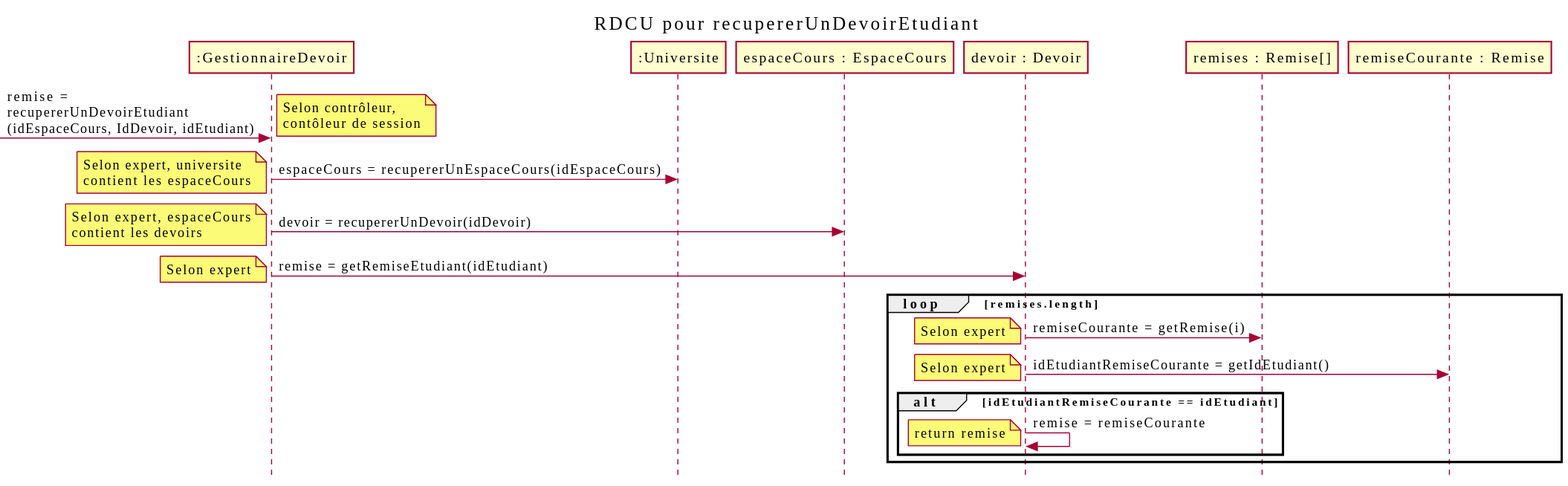
The PlantUML diagram out/docs/CorrigerDevoir/RDCU_corrigerDevoir/recupererUnDevoirEtudiant.svg in nerdz88/SGA-TS, before a commit. Source of this version:
```plantuml
@startuml
skinparam style strictuml
skinparam defaultfontname Verdana
title RDCU pour recupererUnDevoirEtudiant
participant ":GestionnaireDevoir" as gestionnaireDevoir
participant ":Universite" as universite
participant "espaceCours : EspaceCours" as cours
participant "devoir : Devoir" as devoir
participant "remises : Remise[]" as remises
participant "remiseCourante : Remise" as remise

-> gestionnaireDevoir : remise = \nrecupererUnDevoirEtudiant\n(idEspaceCours, IdDevoir, idEtudiant)
note left : Selon contrôleur,\ncontôleur de session
gestionnaireDevoir -> universite : espaceCours = recupererUnEspaceCours(idEspaceCours)
note left : Selon expert, universite\ncontient les espaceCours
gestionnaireDevoir -> cours : devoir = recupererUnDevoir(idDevoir)
note left : Selon expert, espaceCours\ncontient les devoirs
gestionnaireDevoir -> devoir : remise = getRemiseEtudiant(idEtudiant)
note left : Selon expert
loop remises.length
devoir -> remises : remiseCourante = getRemise(i)
note left : Selon expert
devoir -> remise : idEtudiantRemiseCourante = getIdEtudiant()
note left : Selon expert
alt idEtudiantRemiseCourante == idEtudiant
devoir -> devoir : remise = remiseCourante
note left : return remise
end
end
@enduml
```
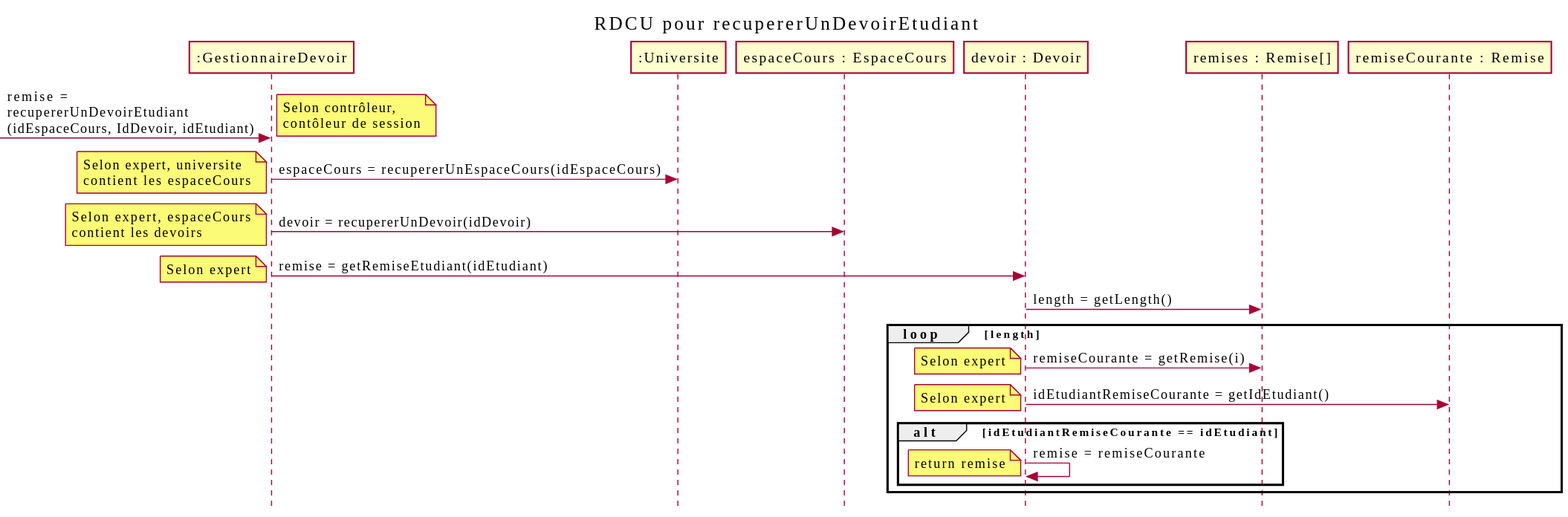
After the change.

What changed in the source:
```diff
@@ -17,7 +17,8 @@
 note left : Selon expert, espaceCours\ncontient les devoirs
 gestionnaireDevoir -> devoir : remise = getRemiseEtudiant(idEtudiant)
 note left : Selon expert
-loop remises.length
+devoir -> remises : length = getLength()
+loop length
 devoir -> remises : remiseCourante = getRemise(i)
 note left : Selon expert
 devoir -> remise : idEtudiantRemiseCourante = getIdEtudiant()
```
